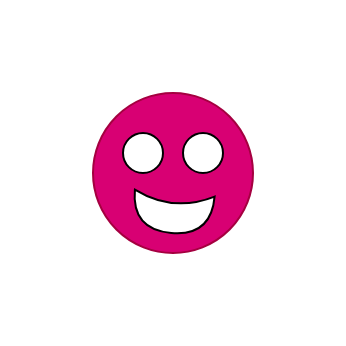
The draw.io diagram page "pink" (1 of 5) of src/avatar/images/avatar.drawio in pmwcs/pmwcs, before the edit. Source tidied: cells renumbered, new cells numbered last; positions are measured from the earlier drawing's top-left corner, leaving out a move shared by most shapes. Both pictures are drawn from the tidied source at 200%, with x=0, y=0 at pixel (92, 92).
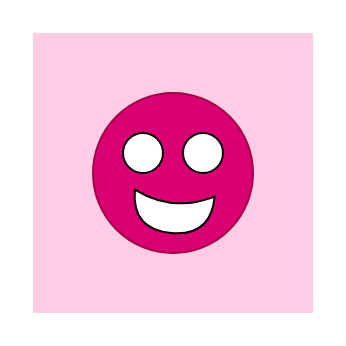
The same diagram, later.

The edit, as a diff of the source:
```diff
@@
 <mxGraphModel>
   <root>
     <mxCell id="0" />
     <mxCell id="1" parent="0" />
+    <mxCell id="6" style="whiteSpace=wrap;html=1;strokeColor=none;fillColor=#FFCCE6;" parent="1" vertex="1">
+      <mxGeometry x="-30" y="-30" width="140" height="140" as="geometry" />
+    </mxCell>
     <mxCell id="2" style="ellipse;whiteSpace=wrap;html=1;fillColor=#d80073;strokeColor=#A50040;fontColor=#ffffff;" parent="1" vertex="1">
       <mxGeometry width="80" height="80" as="geometry" />
     </mxCell>
     <mxCell id="3" style="ellipse;whiteSpace=wrap;html=1;" parent="1" vertex="1">
       <mxGeometry x="15" y="20" width="20" height="20" as="geometry" />
     </mxCell>
     <mxCell id="4" style="ellipse;whiteSpace=wrap;html=1;" parent="1" vertex="1">
       <mxGeometry x="45" y="20" width="20" height="20" as="geometry" />
     </mxCell>
     <mxCell id="5" style="shape=xor;whiteSpace=wrap;html=1;rotation=95;" parent="1" vertex="1">
       <mxGeometry x="30" y="40" width="20" height="40" as="geometry" />
     </mxCell>
   </root>
 </mxGraphModel>
```
